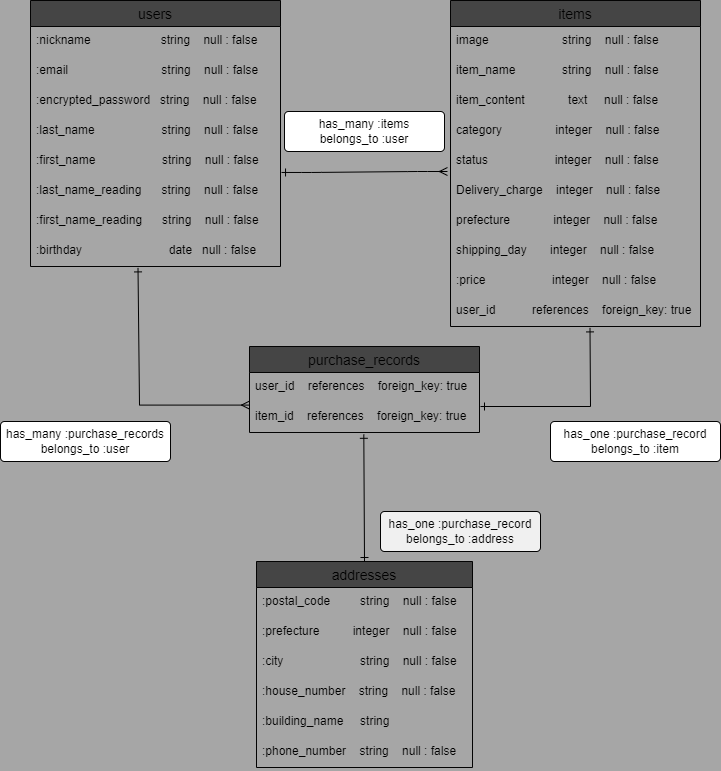
Earlier version of the draw.io export furima-40340.drawio.png (CielSA0512/furima-40340). Source tidied: cells renumbered, new cells last; positions are measured from the earlier drawing's top-left corner, leaving out a move shared by most shapes.
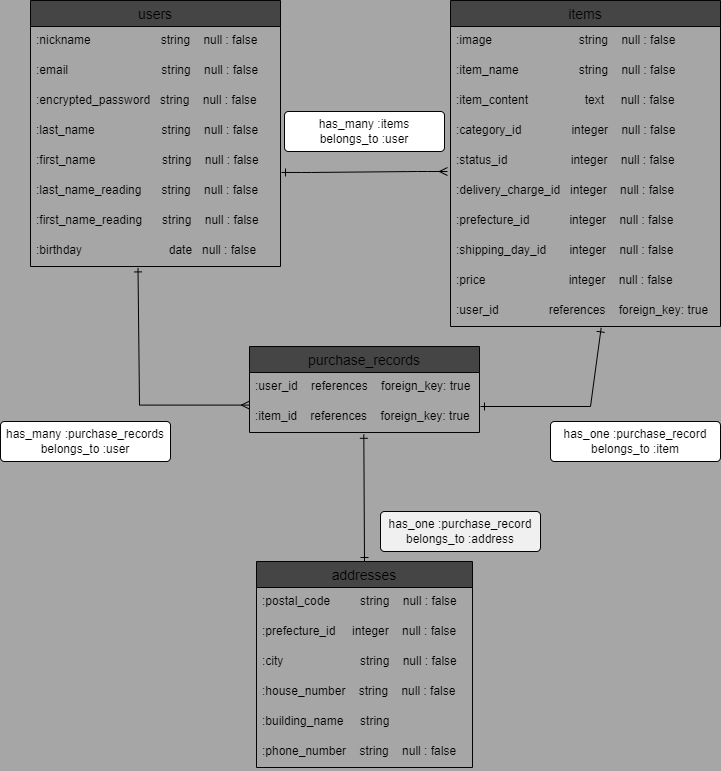
After the change.

Commit message:
データベース設計修正2

The edit, as a diff of the source:
```diff
@@ -30,37 +30,37 @@
       <mxGeometry y="236" width="250" height="30" as="geometry" />
     </mxCell>
     <mxCell id="11" value="items" style="swimlane;fontStyle=0;horizontal=1;startSize=26;align=center;fontSize=14;fillColor=#454545;strokeColor=#030303;" parent="1" vertex="1">
-      <mxGeometry x="450" width="250" height="326" as="geometry" />
+      <mxGeometry x="450" width="270" height="326" as="geometry" />
     </mxCell>
-    <mxCell id="12" value="image                      string    null : false" style="text;strokeColor=none;fillColor=none;spacingLeft=4;spacingRight=4;overflow=hidden;fontSize=12;" parent="11" vertex="1">
-      <mxGeometry y="26" width="250" height="30" as="geometry" />
+    <mxCell id="12" value=":image                          string    null : false" style="text;strokeColor=none;fillColor=none;spacingLeft=4;spacingRight=4;overflow=hidden;fontSize=12;" parent="11" vertex="1">
+      <mxGeometry y="26" width="270" height="30" as="geometry" />
     </mxCell>
-    <mxCell id="13" value="item_name              string    null : false" style="text;strokeColor=none;fillColor=none;spacingLeft=4;spacingRight=4;overflow=hidden;fontSize=12;" parent="11" vertex="1">
-      <mxGeometry y="56" width="250" height="30" as="geometry" />
+    <mxCell id="13" value=":item_name                  string    null : false" style="text;strokeColor=none;fillColor=none;spacingLeft=4;spacingRight=4;overflow=hidden;fontSize=12;" parent="11" vertex="1">
+      <mxGeometry y="56" width="270" height="30" as="geometry" />
     </mxCell>
-    <mxCell id="14" value="item_content             text     null : false" style="text;strokeColor=none;fillColor=none;spacingLeft=4;spacingRight=4;overflow=hidden;fontSize=12;" parent="11" vertex="1">
-      <mxGeometry y="86" width="250" height="30" as="geometry" />
+    <mxCell id="14" value=":item_content                 text     null : false" style="text;strokeColor=none;fillColor=none;spacingLeft=4;spacingRight=4;overflow=hidden;fontSize=12;" parent="11" vertex="1">
+      <mxGeometry y="86" width="270" height="30" as="geometry" />
     </mxCell>
-    <mxCell id="15" value="category                integer    null : false" style="text;strokeColor=none;fillColor=none;spacingLeft=4;spacingRight=4;overflow=hidden;fontSize=12;" parent="11" vertex="1">
-      <mxGeometry y="116" width="250" height="30" as="geometry" />
+    <mxCell id="15" value=":category_id               integer    null : false" style="text;strokeColor=none;fillColor=none;spacingLeft=4;spacingRight=4;overflow=hidden;fontSize=12;" parent="11" vertex="1">
+      <mxGeometry y="116" width="270" height="30" as="geometry" />
     </mxCell>
-    <mxCell id="16" value="status                    integer    null : false" style="text;strokeColor=none;fillColor=none;spacingLeft=4;spacingRight=4;overflow=hidden;fontSize=12;" parent="11" vertex="1">
-      <mxGeometry y="146" width="250" height="30" as="geometry" />
+    <mxCell id="16" value=":status_id                   integer    null : false" style="text;strokeColor=none;fillColor=none;spacingLeft=4;spacingRight=4;overflow=hidden;fontSize=12;" parent="11" vertex="1">
+      <mxGeometry y="146" width="270" height="30" as="geometry" />
     </mxCell>
-    <mxCell id="17" value="Delivery_charge    integer    null : false" style="text;strokeColor=none;fillColor=none;spacingLeft=4;spacingRight=4;overflow=hidden;fontSize=12;" parent="11" vertex="1">
-      <mxGeometry y="176" width="250" height="30" as="geometry" />
+    <mxCell id="17" value=":delivery_charge_id   integer    null : false" style="text;strokeColor=none;fillColor=none;spacingLeft=4;spacingRight=4;overflow=hidden;fontSize=12;" parent="11" vertex="1">
+      <mxGeometry y="176" width="270" height="30" as="geometry" />
     </mxCell>
-    <mxCell id="18" value="prefecture             integer    null : false" style="text;strokeColor=none;fillColor=none;spacingLeft=4;spacingRight=4;overflow=hidden;fontSize=12;" parent="11" vertex="1">
-      <mxGeometry y="206" width="250" height="30" as="geometry" />
+    <mxCell id="18" value=":prefecture_id            integer    null : false" style="text;strokeColor=none;fillColor=none;spacingLeft=4;spacingRight=4;overflow=hidden;fontSize=12;" parent="11" vertex="1">
+      <mxGeometry y="206" width="270" height="30" as="geometry" />
     </mxCell>
-    <mxCell id="19" value="shipping_day       integer    null : false" style="text;strokeColor=none;fillColor=none;spacingLeft=4;spacingRight=4;overflow=hidden;fontSize=12;" parent="11" vertex="1">
-      <mxGeometry y="236" width="250" height="30" as="geometry" />
+    <mxCell id="19" value=":shipping_day_id       integer    null : false" style="text;strokeColor=none;fillColor=none;spacingLeft=4;spacingRight=4;overflow=hidden;fontSize=12;" parent="11" vertex="1">
+      <mxGeometry y="236" width="270" height="30" as="geometry" />
     </mxCell>
-    <mxCell id="20" value=":price                    integer    null : false" style="text;strokeColor=none;fillColor=none;spacingLeft=4;spacingRight=4;overflow=hidden;fontSize=12;" parent="11" vertex="1">
-      <mxGeometry y="266" width="250" height="30" as="geometry" />
+    <mxCell id="20" value=":price                         integer    null : false" style="text;strokeColor=none;fillColor=none;spacingLeft=4;spacingRight=4;overflow=hidden;fontSize=12;" parent="11" vertex="1">
+      <mxGeometry y="266" width="270" height="30" as="geometry" />
     </mxCell>
-    <mxCell id="21" value="user_id           references    foreign_key: true" style="text;strokeColor=none;fillColor=none;spacingLeft=4;spacingRight=4;overflow=hidden;points=[[0,0.5],[1,0.5]];portConstraint=eastwest;fontSize=12;" parent="11" vertex="1">
-      <mxGeometry y="296" width="250" height="30" as="geometry" />
+    <mxCell id="21" value=":user_id               references    foreign_key: true" style="text;strokeColor=none;fillColor=none;spacingLeft=4;spacingRight=4;overflow=hidden;points=[[0,0.5],[1,0.5]];portConstraint=eastwest;fontSize=12;" parent="11" vertex="1">
+      <mxGeometry y="296" width="270" height="30" as="geometry" />
     </mxCell>
     <mxCell id="22" value="addresses" style="swimlane;fontStyle=0;horizontal=1;startSize=26;align=center;fontSize=14;fillColor=#454545;strokeColor=#030303;" parent="1" vertex="1">
       <mxGeometry x="256" y="561" width="216" height="206" as="geometry" />
@@ -68,7 +68,7 @@
     <mxCell id="23" value=":postal_code         string    null : false" style="text;strokeColor=none;fillColor=none;spacingLeft=4;spacingRight=4;overflow=hidden;fontSize=12;" parent="22" vertex="1">
       <mxGeometry y="26" width="216" height="30" as="geometry" />
     </mxCell>
-    <mxCell id="24" value=":prefecture          integer    null : false" style="text;strokeColor=none;fillColor=none;spacingLeft=4;spacingRight=4;overflow=hidden;fontSize=12;" parent="22" vertex="1">
+    <mxCell id="24" value=":prefecture_id     integer    null : false" style="text;strokeColor=none;fillColor=none;spacingLeft=4;spacingRight=4;overflow=hidden;fontSize=12;" parent="22" vertex="1">
       <mxGeometry y="56" width="216" height="30" as="geometry" />
     </mxCell>
     <mxCell id="25" value=":city                       string    null : false" style="text;strokeColor=none;fillColor=none;spacingLeft=4;spacingRight=4;overflow=hidden;fontSize=12;" parent="22" vertex="1">
@@ -101,10 +101,10 @@
     <mxCell id="33" value="purchase_records" style="swimlane;fontStyle=0;horizontal=1;startSize=26;align=center;fontSize=14;fillColor=#454545;strokeColor=#030303;" parent="1" vertex="1">
       <mxGeometry x="249" y="346" width="230" height="86" as="geometry" />
     </mxCell>
-    <mxCell id="34" value="user_id    references    foreign_key: true" style="text;strokeColor=none;fillColor=none;spacingLeft=4;spacingRight=4;overflow=hidden;fontSize=12;" parent="33" vertex="1">
+    <mxCell id="34" value=":user_id    references    foreign_key: true" style="text;strokeColor=none;fillColor=none;spacingLeft=4;spacingRight=4;overflow=hidden;fontSize=12;" parent="33" vertex="1">
       <mxGeometry y="26" width="230" height="30" as="geometry" />
     </mxCell>
-    <mxCell id="35" value="item_id    references    foreign_key: true" style="text;strokeColor=none;fillColor=none;spacingLeft=4;spacingRight=4;overflow=hidden;points=[[0,0.5],[1,0.5]];portConstraint=eastwest;fontSize=12;" parent="33" vertex="1">
+    <mxCell id="35" value=":item_id    references    foreign_key: true" style="text;strokeColor=none;fillColor=none;spacingLeft=4;spacingRight=4;overflow=hidden;points=[[0,0.5],[1,0.5]];portConstraint=eastwest;fontSize=12;" parent="33" vertex="1">
       <mxGeometry y="56" width="230" height="30" as="geometry" />
     </mxCell>
     <mxCell id="36" style="endArrow=ERone;html=1;rounded=0;entryX=0.558;entryY=1.047;entryDx=0;entryDy=0;entryPerimeter=0;startArrow=ERone;startFill=0;endFill=0;" parent="1" edge="1" target="21">
```
